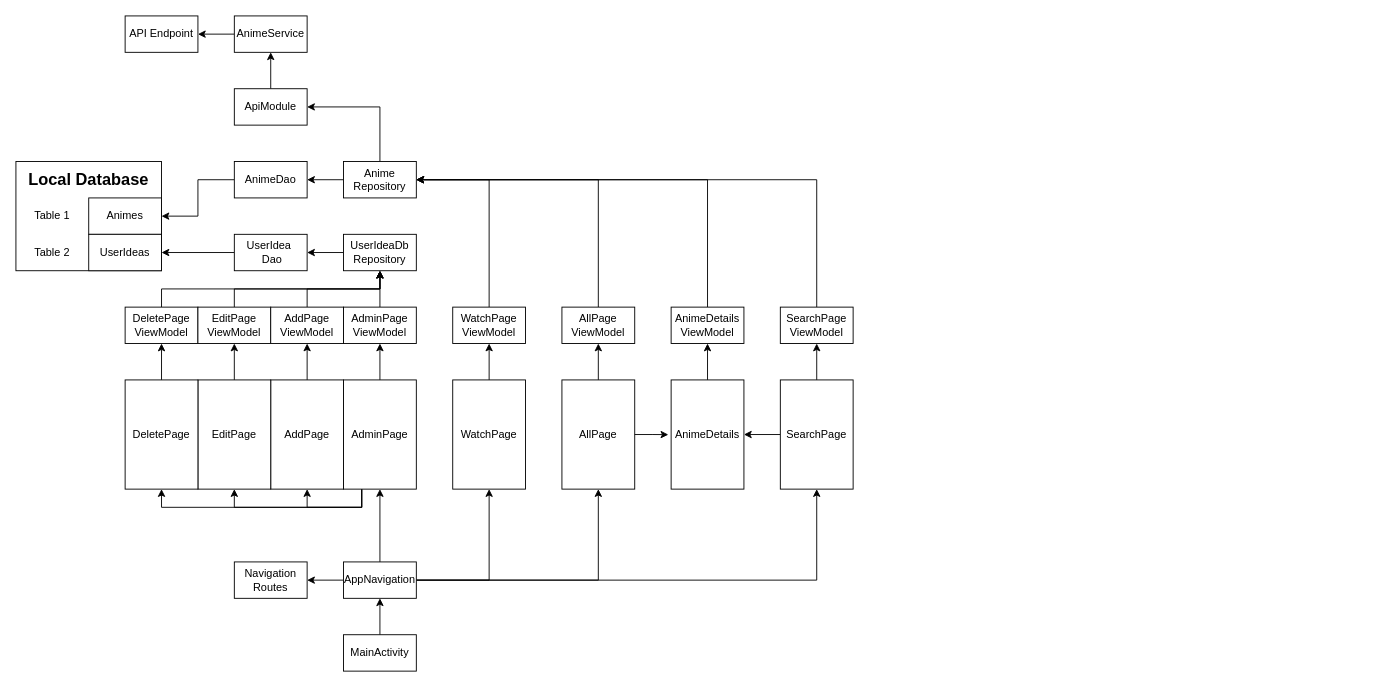
Earlier version of the draw.io diagram Diagram.drawio (KremMannen/AnimeDatabase). Source tidied: cells renumbered, new cells numbered last; positions are measured from the earlier drawing's top-left corner, leaving out a move shared by most shapes. Both pictures are drawn from the tidied source at 91%, with x=0, y=0 at pixel (15, 15).
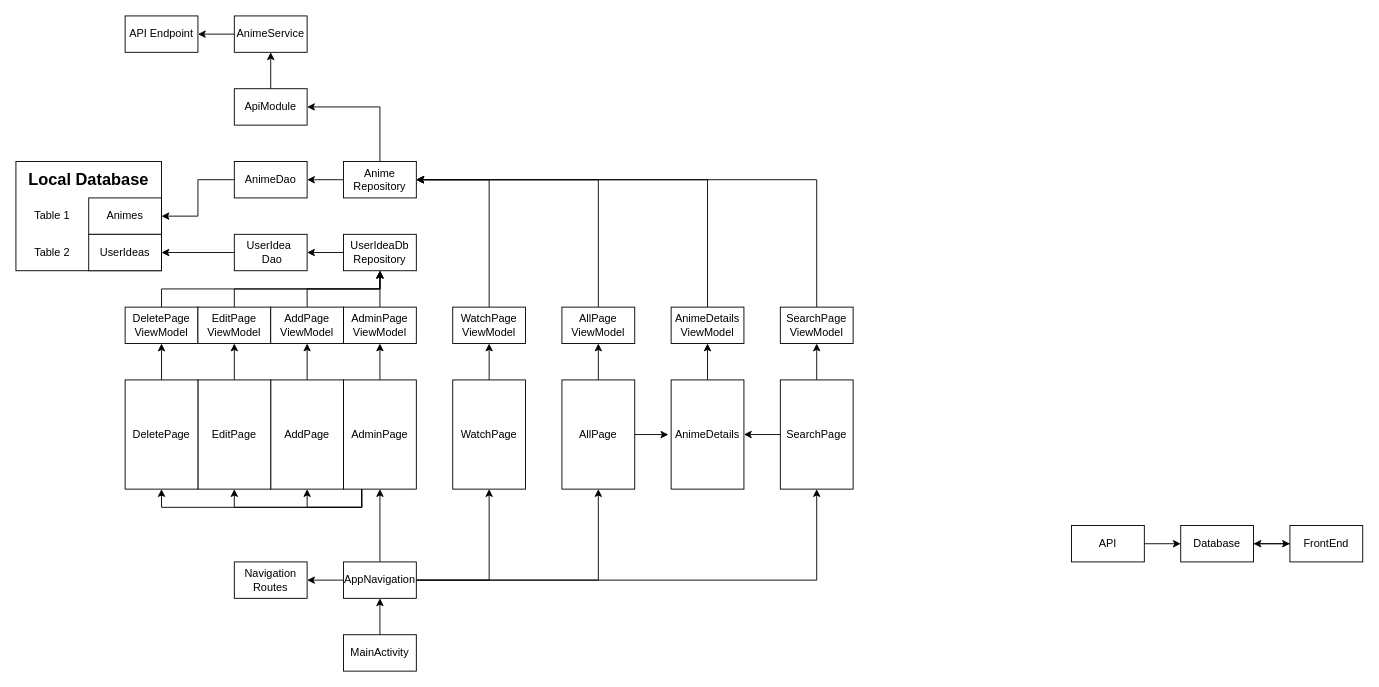
The same diagram, later.

Change to the diagram source:
```diff
@@
+    <mxCell id="68" style="edgeStyle=orthogonalEdgeStyle;rounded=0;jettySize=auto;html=1;" parent="1" edge="1" source="69" target="71">
+      <mxGeometry relative="1" as="geometry" />
+    </mxCell>
+    <mxCell id="69" value="API" style="rounded=0;whiteSpace=wrap;html=1;" parent="1" vertex="1">
+      <mxGeometry x="1160" y="560" width="80" height="40" as="geometry" />
+    </mxCell>
+    <mxCell id="70" style="edgeStyle=orthogonalEdgeStyle;rounded=0;jettySize=auto;html=1;entryX=0;entryY=0.5;entryDx=0;entryDy=0;" parent="1" edge="1" source="71" target="73">
+      <mxGeometry relative="1" as="geometry" />
+    </mxCell>
+    <mxCell id="71" value="Database" style="rounded=0;whiteSpace=wrap;html=1;" parent="1" vertex="1">
+      <mxGeometry x="1280" y="560" width="80" height="40" as="geometry" />
+    </mxCell>
+    <mxCell id="72" style="edgeStyle=orthogonalEdgeStyle;rounded=0;jettySize=auto;html=1;" parent="1" edge="1" source="73">
+      <mxGeometry relative="1" as="geometry">
+        <mxPoint x="1360" y="580" as="targetPoint" />
+      </mxGeometry>
+    </mxCell>
+    <mxCell id="73" value="FrontEnd" style="rounded=0;whiteSpace=wrap;html=1;" parent="1" vertex="1">
+      <mxGeometry x="1400" y="560" width="80" height="40" as="geometry" />
+    </mxCell>
```
